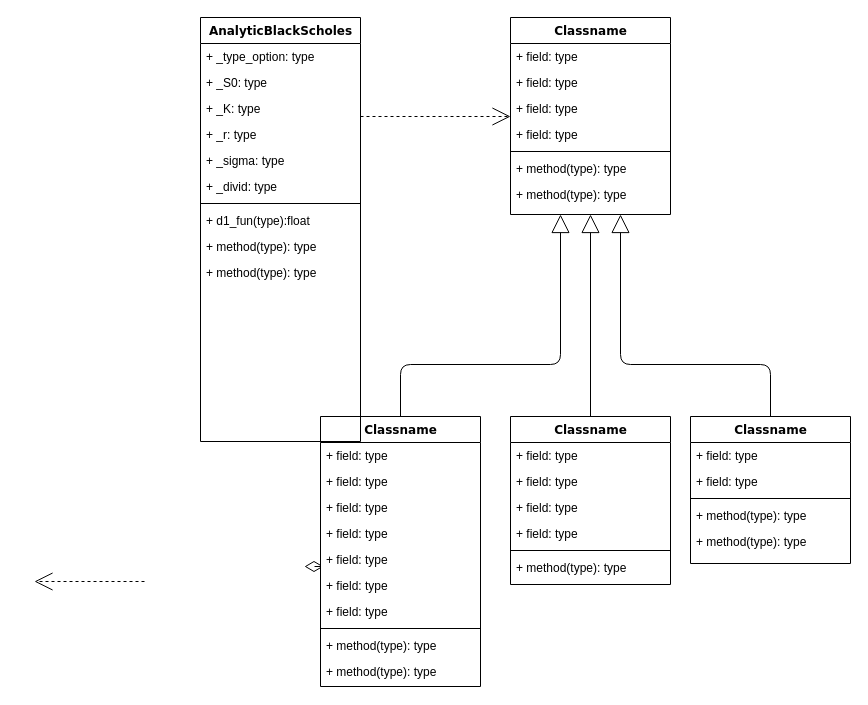
This is BlackScholes.drawio from actuarial-tools/BlackScholes, a draw.io file, before an edit. Source tidied: cells renumbered, new cells numbered last; positions are measured from the earlier drawing's top-left corner, leaving out a move shared by most shapes. Both pictures are drawn from the tidied source at 100%, with x=0, y=0 at pixel (34, 17).
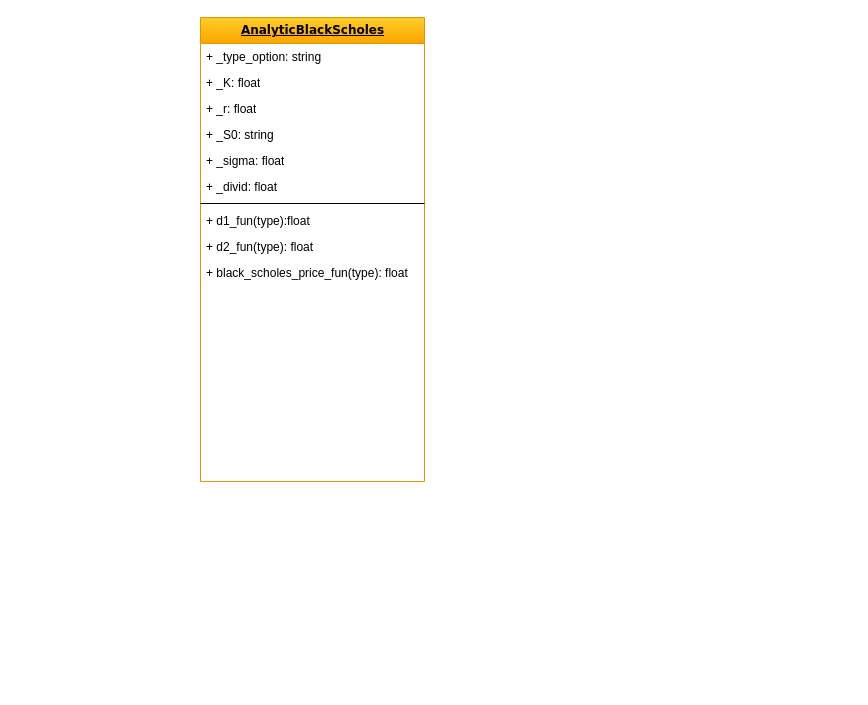
Above is the later version.

Change to the diagram source:
```diff
@@
-    <mxCell id="2" style="edgeStyle=elbowEdgeStyle;html=1;labelBackgroundColor=none;startFill=0;startSize=8;endArrow=open;endFill=0;endSize=16;fontFamily=Verdana;fontSize=12;elbow=vertical;dashed=1;" parent="1" edge="1" source="3" target="14">
-      <mxGeometry relative="1" as="geometry" />
-    </mxCell>
-    <mxCell id="3" value="AnalyticBlackScholes" style="swimlane;html=1;fontStyle=1;align=center;verticalAlign=top;horizontal=1;startSize=26;swimlaneFillColor=#ffffff;rounded=0;shadow=0;comic=0;labelBackgroundColor=none;strokeColor=#000000;strokeWidth=1;fillColor=none;fontFamily=Verdana;fontSize=12;fontColor=#000000;" parent="1" vertex="1">
-      <mxGeometry x="166" width="160" height="424" as="geometry" />
+    <mxCell id="3" value="&lt;u&gt;AnalyticBlackScholes&lt;/u&gt;" style="swimlane;html=1;fontStyle=1;align=center;verticalAlign=middle;horizontal=1;startSize=26;swimlaneFillColor=#ffffff;rounded=0;shadow=0;comic=0;labelBackgroundColor=none;strokeColor=#d79b00;strokeWidth=1;fillColor=#ffcd28;fontFamily=Verdana;fontSize=12;gradientColor=#ffa500;" parent="1" vertex="1">
+      <mxGeometry x="166" width="224" height="464" as="geometry" />
     </mxCell>
-    <mxCell id="4" value="+ _type_option: type" style="text;html=1;strokeColor=none;fillColor=none;align=left;verticalAlign=top;spacingLeft=4;spacingRight=4;whiteSpace=wrap;overflow=hidden;" parent="3" vertex="1">
-      <mxGeometry y="26" width="160" height="26" as="geometry" />
+    <mxCell id="4" value="+ _type_option: string&lt;br&gt;" style="text;html=1;strokeColor=none;fillColor=none;align=left;verticalAlign=top;spacingLeft=4;spacingRight=4;whiteSpace=wrap;overflow=hidden;" parent="3" vertex="1">
+      <mxGeometry y="26" width="224" height="26" as="geometry" />
     </mxCell>
-    <mxCell id="5" value="+ _S0: type" style="text;html=1;strokeColor=none;fillColor=none;align=left;verticalAlign=top;spacingLeft=4;spacingRight=4;whiteSpace=wrap;overflow=hidden;" parent="3" vertex="1">
-      <mxGeometry y="52" width="160" height="26" as="geometry" />
-    </mxCell>
-    <mxCell id="6" value="+ _K: type" style="text;html=1;strokeColor=none;fillColor=none;align=left;verticalAlign=top;spacingLeft=4;spacingRight=4;whiteSpace=wrap;overflow=hidden;" parent="3" vertex="1">
-      <mxGeometry y="78" width="160" height="26" as="geometry" />
+    <mxCell id="6" value="+ _K: float" style="text;html=1;strokeColor=none;fillColor=none;align=left;verticalAlign=top;spacingLeft=4;spacingRight=4;whiteSpace=wrap;overflow=hidden;" parent="3" vertex="1">
+      <mxGeometry y="52" width="224" height="26" as="geometry" />
     </mxCell>
-    <mxCell id="7" value="+ _r: type" style="text;html=1;strokeColor=none;fillColor=none;align=left;verticalAlign=top;spacingLeft=4;spacingRight=4;whiteSpace=wrap;overflow=hidden;" parent="3" vertex="1">
-      <mxGeometry y="104" width="160" height="26" as="geometry" />
+    <mxCell id="7" value="+ _r: float" style="text;html=1;strokeColor=none;fillColor=none;align=left;verticalAlign=top;spacingLeft=4;spacingRight=4;overflow=hidden;whiteSpace=wrap;labelBackgroundColor=#FFFFFF;" parent="3" vertex="1">
+      <mxGeometry y="78" width="224" height="26" as="geometry" />
     </mxCell>
+    <mxCell id="5" value="+ _S0: string" style="text;html=1;strokeColor=none;fillColor=none;align=left;verticalAlign=top;spacingLeft=4;spacingRight=4;whiteSpace=wrap;overflow=hidden;" parent="3" vertex="1">
+      <mxGeometry y="104" width="224" height="26" as="geometry" />
+    </mxCell>
-    <mxCell id="8" value="+ _sigma: type" style="text;html=1;strokeColor=none;fillColor=none;align=left;verticalAlign=top;spacingLeft=4;spacingRight=4;whiteSpace=wrap;overflow=hidden;" parent="3" vertex="1">
-      <mxGeometry y="130" width="160" height="26" as="geometry" />
+    <mxCell id="8" value="+ _sigma: float&lt;br&gt;" style="text;html=1;strokeColor=none;fillColor=none;align=left;verticalAlign=top;spacingLeft=4;spacingRight=4;whiteSpace=wrap;overflow=hidden;" parent="3" vertex="1">
+      <mxGeometry y="130" width="224" height="26" as="geometry" />
     </mxCell>
-    <mxCell id="9" value="+ _divid: type" style="text;html=1;strokeColor=none;fillColor=none;align=left;verticalAlign=top;spacingLeft=4;spacingRight=4;whiteSpace=wrap;overflow=hidden;" parent="3" vertex="1">
-      <mxGeometry y="156" width="160" height="26" as="geometry" />
+    <mxCell id="9" value="+ _divid: float" style="text;html=1;strokeColor=none;fillColor=none;align=left;verticalAlign=top;spacingLeft=4;spacingRight=4;whiteSpace=wrap;overflow=hidden;" parent="3" vertex="1">
+      <mxGeometry y="156" width="224" height="26" as="geometry" />
     </mxCell>
     <mxCell id="10" style="line;html=1;strokeWidth=1;fillColor=none;align=left;verticalAlign=middle;spacingTop=-1;spacingLeft=3;spacingRight=3;labelPosition=right;" parent="3" vertex="1">
-      <mxGeometry y="182" width="160" height="8" as="geometry" />
+      <mxGeometry y="182" width="224" height="8" as="geometry" />
     </mxCell>
     <mxCell id="11" value="+ d1_fun(type):float" style="text;html=1;strokeColor=none;fillColor=none;align=left;verticalAlign=top;spacingLeft=4;spacingRight=4;whiteSpace=wrap;overflow=hidden;" parent="3" vertex="1">
-      <mxGeometry y="190" width="160" height="26" as="geometry" />
+      <mxGeometry y="190" width="224" height="26" as="geometry" />
     </mxCell>
-    <mxCell id="12" value="+ method(type): type" style="text;html=1;strokeColor=none;fillColor=none;align=left;verticalAlign=top;spacingLeft=4;spacingRight=4;whiteSpace=wrap;overflow=hidden;" parent="3" vertex="1">
-      <mxGeometry y="216" width="160" height="26" as="geometry" />
+    <mxCell id="12" value="+ d2_fun(type):&amp;nbsp;float" style="text;html=1;strokeColor=none;fillColor=none;align=left;verticalAlign=top;spacingLeft=4;spacingRight=4;whiteSpace=wrap;overflow=hidden;" parent="3" vertex="1">
+      <mxGeometry y="216" width="224" height="26" as="geometry" />
     </mxCell>
-    <mxCell id="13" value="+ method(type): type" style="text;html=1;strokeColor=none;fillColor=none;align=left;verticalAlign=top;spacingLeft=4;spacingRight=4;whiteSpace=wrap;overflow=hidden;" parent="3" vertex="1">
-      <mxGeometry y="242" width="160" height="26" as="geometry" />
-    </mxCell>
-    <mxCell id="14" value="Classname" style="swimlane;html=1;fontStyle=1;align=center;verticalAlign=top;horizontal=1;startSize=26;swimlaneFillColor=#ffffff;rounded=0;shadow=0;comic=0;labelBackgroundColor=none;strokeColor=#000000;strokeWidth=1;fillColor=none;fontFamily=Verdana;fontSize=12;fontColor=#000000;" parent="1" vertex="1">
-      <mxGeometry x="476" width="160" height="197" as="geometry" />
-    </mxCell>
-    <mxCell id="15" value="+ field: type" style="text;html=1;strokeColor=none;fillColor=none;align=left;verticalAlign=top;spacingLeft=4;spacingRight=4;whiteSpace=wrap;overflow=hidden;" parent="14" vertex="1">
-      <mxGeometry y="26" width="160" height="26" as="geometry" />
-    </mxCell>
-    <mxCell id="16" value="+ field: type" style="text;html=1;strokeColor=none;fillColor=none;align=left;verticalAlign=top;spacingLeft=4;spacingRight=4;whiteSpace=wrap;overflow=hidden;" parent="14" vertex="1">
-      <mxGeometry y="52" width="160" height="26" as="geometry" />
-    </mxCell>
-    <mxCell id="17" value="+ field: type" style="text;html=1;strokeColor=none;fillColor=none;align=left;verticalAlign=top;spacingLeft=4;spacingRight=4;whiteSpace=wrap;overflow=hidden;" parent="14" vertex="1">
-      <mxGeometry y="78" width="160" height="26" as="geometry" />
-    </mxCell>
-    <mxCell id="18" value="+ field: type" style="text;html=1;strokeColor=none;fillColor=none;align=left;verticalAlign=top;spacingLeft=4;spacingRight=4;whiteSpace=wrap;overflow=hidden;" parent="14" vertex="1">
-      <mxGeometry y="104" width="160" height="26" as="geometry" />
-    </mxCell>
-    <mxCell id="19" style="line;html=1;strokeWidth=1;fillColor=none;align=left;verticalAlign=middle;spacingTop=-1;spacingLeft=3;spacingRight=3;labelPosition=right;" parent="14" vertex="1">
-      <mxGeometry y="130" width="160" height="8" as="geometry" />
-    </mxCell>
-    <mxCell id="20" value="+ method(type): type" style="text;html=1;strokeColor=none;fillColor=none;align=left;verticalAlign=top;spacingLeft=4;spacingRight=4;whiteSpace=wrap;overflow=hidden;" parent="14" vertex="1">
-      <mxGeometry y="138" width="160" height="26" as="geometry" />
-    </mxCell>
-    <mxCell id="21" value="+ method(type): type" style="text;html=1;strokeColor=none;fillColor=none;align=left;verticalAlign=top;spacingLeft=4;spacingRight=4;whiteSpace=wrap;overflow=hidden;" parent="14" vertex="1">
-      <mxGeometry y="164" width="160" height="26" as="geometry" />
-    </mxCell>
-    <mxCell id="22" style="edgeStyle=elbowEdgeStyle;html=1;labelBackgroundColor=none;startFill=0;startSize=8;endArrow=open;endFill=0;endSize=16;fontFamily=Verdana;fontSize=12;elbow=vertical;dashed=1;" parent="1" edge="1">
-      <mxGeometry relative="1" as="geometry">
-        <mxPoint x="110" y="564" as="sourcePoint" />
-        <mxPoint y="564" as="targetPoint" />
-      </mxGeometry>
-    </mxCell>
-    <mxCell id="23" style="edgeStyle=elbowEdgeStyle;html=1;labelBackgroundColor=none;startFill=0;startSize=8;endArrow=diamondThin;endFill=0;endSize=16;fontFamily=Verdana;fontSize=12;elbow=vertical;" parent="1" edge="1" source="25">
-      <mxGeometry relative="1" as="geometry">
-        <mxPoint x="270" y="549" as="targetPoint" />
-      </mxGeometry>
-    </mxCell>
-    <mxCell id="24" style="edgeStyle=orthogonalEdgeStyle;html=1;labelBackgroundColor=none;startFill=0;startSize=8;endArrow=block;endFill=0;endSize=16;fontFamily=Verdana;fontSize=12;" parent="1" edge="1" source="25" target="14">
-      <mxGeometry relative="1" as="geometry">
-        <Array as="points">
-          <mxPoint x="366" y="347" />
-          <mxPoint x="526" y="347" />
-        </Array>
-      </mxGeometry>
-    </mxCell>
-    <mxCell id="25" value="Classname" style="swimlane;html=1;fontStyle=1;align=center;verticalAlign=top;horizontal=1;startSize=26;swimlaneFillColor=#ffffff;rounded=0;shadow=0;comic=0;labelBackgroundColor=none;strokeColor=#000000;strokeWidth=1;fillColor=none;fontFamily=Verdana;fontSize=12;fontColor=#000000;" parent="1" vertex="1">
-      <mxGeometry x="286" y="399" width="160" height="270" as="geometry" />
-    </mxCell>
-    <mxCell id="26" value="+ field: type" style="text;html=1;strokeColor=none;fillColor=none;align=left;verticalAlign=top;spacingLeft=4;spacingRight=4;whiteSpace=wrap;overflow=hidden;" parent="25" vertex="1">
-      <mxGeometry y="26" width="160" height="26" as="geometry" />
-    </mxCell>
-    <mxCell id="27" value="+ field: type" style="text;html=1;strokeColor=none;fillColor=none;align=left;verticalAlign=top;spacingLeft=4;spacingRight=4;whiteSpace=wrap;overflow=hidden;" parent="25" vertex="1">
-      <mxGeometry y="52" width="160" height="26" as="geometry" />
-    </mxCell>
-    <mxCell id="28" value="+ field: type" style="text;html=1;strokeColor=none;fillColor=none;align=left;verticalAlign=top;spacingLeft=4;spacingRight=4;whiteSpace=wrap;overflow=hidden;" parent="25" vertex="1">
-      <mxGeometry y="78" width="160" height="26" as="geometry" />
-    </mxCell>
-    <mxCell id="29" value="+ field: type" style="text;html=1;strokeColor=none;fillColor=none;align=left;verticalAlign=top;spacingLeft=4;spacingRight=4;whiteSpace=wrap;overflow=hidden;" parent="25" vertex="1">
-      <mxGeometry y="104" width="160" height="26" as="geometry" />
-    </mxCell>
-    <mxCell id="30" value="+ field: type" style="text;html=1;strokeColor=none;fillColor=none;align=left;verticalAlign=top;spacingLeft=4;spacingRight=4;whiteSpace=wrap;overflow=hidden;" parent="25" vertex="1">
-      <mxGeometry y="130" width="160" height="26" as="geometry" />
-    </mxCell>
-    <mxCell id="31" value="+ field: type" style="text;html=1;strokeColor=none;fillColor=none;align=left;verticalAlign=top;spacingLeft=4;spacingRight=4;whiteSpace=wrap;overflow=hidden;" parent="25" vertex="1">
-      <mxGeometry y="156" width="160" height="26" as="geometry" />
-    </mxCell>
-    <mxCell id="32" value="+ field: type" style="text;html=1;strokeColor=none;fillColor=none;align=left;verticalAlign=top;spacingLeft=4;spacingRight=4;whiteSpace=wrap;overflow=hidden;" parent="25" vertex="1">
-      <mxGeometry y="182" width="160" height="26" as="geometry" />
-    </mxCell>
-    <mxCell id="33" style="line;html=1;strokeWidth=1;fillColor=none;align=left;verticalAlign=middle;spacingTop=-1;spacingLeft=3;spacingRight=3;labelPosition=right;" parent="25" vertex="1">
-      <mxGeometry y="208" width="160" height="8" as="geometry" />
-    </mxCell>
-    <mxCell id="34" value="+ method(type): type" style="text;html=1;strokeColor=none;fillColor=none;align=left;verticalAlign=top;spacingLeft=4;spacingRight=4;whiteSpace=wrap;overflow=hidden;" parent="25" vertex="1">
-      <mxGeometry y="216" width="160" height="26" as="geometry" />
-    </mxCell>
-    <mxCell id="35" value="+ method(type): type" style="text;html=1;strokeColor=none;fillColor=none;align=left;verticalAlign=top;spacingLeft=4;spacingRight=4;whiteSpace=wrap;overflow=hidden;" parent="25" vertex="1">
-      <mxGeometry y="242" width="160" height="26" as="geometry" />
-    </mxCell>
-    <mxCell id="36" style="edgeStyle=orthogonalEdgeStyle;html=1;labelBackgroundColor=none;startFill=0;startSize=8;endArrow=block;endFill=0;endSize=16;fontFamily=Verdana;fontSize=12;" parent="1" edge="1" source="37" target="14">
-      <mxGeometry relative="1" as="geometry" />
-    </mxCell>
-    <mxCell id="37" value="Classname" style="swimlane;html=1;fontStyle=1;align=center;verticalAlign=top;horizontal=1;startSize=26;swimlaneFillColor=#ffffff;rounded=0;shadow=0;comic=0;labelBackgroundColor=none;strokeColor=#000000;strokeWidth=1;fillColor=none;fontFamily=Verdana;fontSize=12;fontColor=#000000;" parent="1" vertex="1">
-      <mxGeometry x="476" y="399" width="160" height="168" as="geometry" />
-    </mxCell>
-    <mxCell id="38" value="+ field: type" style="text;html=1;strokeColor=none;fillColor=none;align=left;verticalAlign=top;spacingLeft=4;spacingRight=4;whiteSpace=wrap;overflow=hidden;" parent="37" vertex="1">
-      <mxGeometry y="26" width="160" height="26" as="geometry" />
-    </mxCell>
-    <mxCell id="39" value="+ field: type" style="text;html=1;strokeColor=none;fillColor=none;align=left;verticalAlign=top;spacingLeft=4;spacingRight=4;whiteSpace=wrap;overflow=hidden;" parent="37" vertex="1">
-      <mxGeometry y="52" width="160" height="26" as="geometry" />
-    </mxCell>
-    <mxCell id="40" value="+ field: type" style="text;html=1;strokeColor=none;fillColor=none;align=left;verticalAlign=top;spacingLeft=4;spacingRight=4;whiteSpace=wrap;overflow=hidden;" parent="37" vertex="1">
-      <mxGeometry y="78" width="160" height="26" as="geometry" />
-    </mxCell>
-    <mxCell id="41" value="+ field: type" style="text;html=1;strokeColor=none;fillColor=none;align=left;verticalAlign=top;spacingLeft=4;spacingRight=4;whiteSpace=wrap;overflow=hidden;" parent="37" vertex="1">
-      <mxGeometry y="104" width="160" height="26" as="geometry" />
-    </mxCell>
-    <mxCell id="42" style="line;html=1;strokeWidth=1;fillColor=none;align=left;verticalAlign=middle;spacingTop=-1;spacingLeft=3;spacingRight=3;labelPosition=right;" parent="37" vertex="1">
-      <mxGeometry y="130" width="160" height="8" as="geometry" />
-    </mxCell>
-    <mxCell id="43" value="+ method(type): type" style="text;html=1;strokeColor=none;fillColor=none;align=left;verticalAlign=top;spacingLeft=4;spacingRight=4;whiteSpace=wrap;overflow=hidden;" parent="37" vertex="1">
-      <mxGeometry y="138" width="160" height="26" as="geometry" />
-    </mxCell>
-    <mxCell id="44" style="edgeStyle=orthogonalEdgeStyle;html=1;labelBackgroundColor=none;startFill=0;startSize=8;endArrow=block;endFill=0;endSize=16;fontFamily=Verdana;fontSize=12;" parent="1" edge="1" source="45" target="14">
-      <mxGeometry relative="1" as="geometry">
-        <Array as="points">
-          <mxPoint x="736" y="347" />
-          <mxPoint x="586" y="347" />
-        </Array>
-      </mxGeometry>
-    </mxCell>
-    <mxCell id="45" value="Classname" style="swimlane;html=1;fontStyle=1;align=center;verticalAlign=top;horizontal=1;startSize=26;swimlaneFillColor=#ffffff;rounded=0;shadow=0;comic=0;labelBackgroundColor=none;strokeColor=#000000;strokeWidth=1;fillColor=none;fontFamily=Verdana;fontSize=12;fontColor=#000000;" parent="1" vertex="1">
-      <mxGeometry x="656" y="399" width="160" height="147" as="geometry" />
-    </mxCell>
-    <mxCell id="46" value="+ field: type" style="text;html=1;strokeColor=none;fillColor=none;align=left;verticalAlign=top;spacingLeft=4;spacingRight=4;whiteSpace=wrap;overflow=hidden;" parent="45" vertex="1">
-      <mxGeometry y="26" width="160" height="26" as="geometry" />
-    </mxCell>
-    <mxCell id="47" value="+ field: type" style="text;html=1;strokeColor=none;fillColor=none;align=left;verticalAlign=top;spacingLeft=4;spacingRight=4;whiteSpace=wrap;overflow=hidden;" parent="45" vertex="1">
-      <mxGeometry y="52" width="160" height="26" as="geometry" />
-    </mxCell>
-    <mxCell id="48" style="line;html=1;strokeWidth=1;fillColor=none;align=left;verticalAlign=middle;spacingTop=-1;spacingLeft=3;spacingRight=3;labelPosition=right;" parent="45" vertex="1">
-      <mxGeometry y="78" width="160" height="8" as="geometry" />
-    </mxCell>
-    <mxCell id="49" value="+ method(type): type" style="text;html=1;strokeColor=none;fillColor=none;align=left;verticalAlign=top;spacingLeft=4;spacingRight=4;whiteSpace=wrap;overflow=hidden;" parent="45" vertex="1">
-      <mxGeometry y="86" width="160" height="26" as="geometry" />
-    </mxCell>
-    <mxCell id="50" value="+ method(type): type" style="text;html=1;strokeColor=none;fillColor=none;align=left;verticalAlign=top;spacingLeft=4;spacingRight=4;whiteSpace=wrap;overflow=hidden;" parent="45" vertex="1">
-      <mxGeometry y="112" width="160" height="26" as="geometry" />
-    </mxCell>
+    <mxCell id="51" value="+ black_scholes_price_fun(type):&amp;nbsp;float" style="text;html=1;strokeColor=none;fillColor=none;align=left;verticalAlign=top;spacingLeft=4;spacingRight=4;whiteSpace=wrap;overflow=hidden;" parent="3" vertex="1">
+      <mxGeometry y="242" width="224" height="34" as="geometry" />
+    </mxCell>
```
